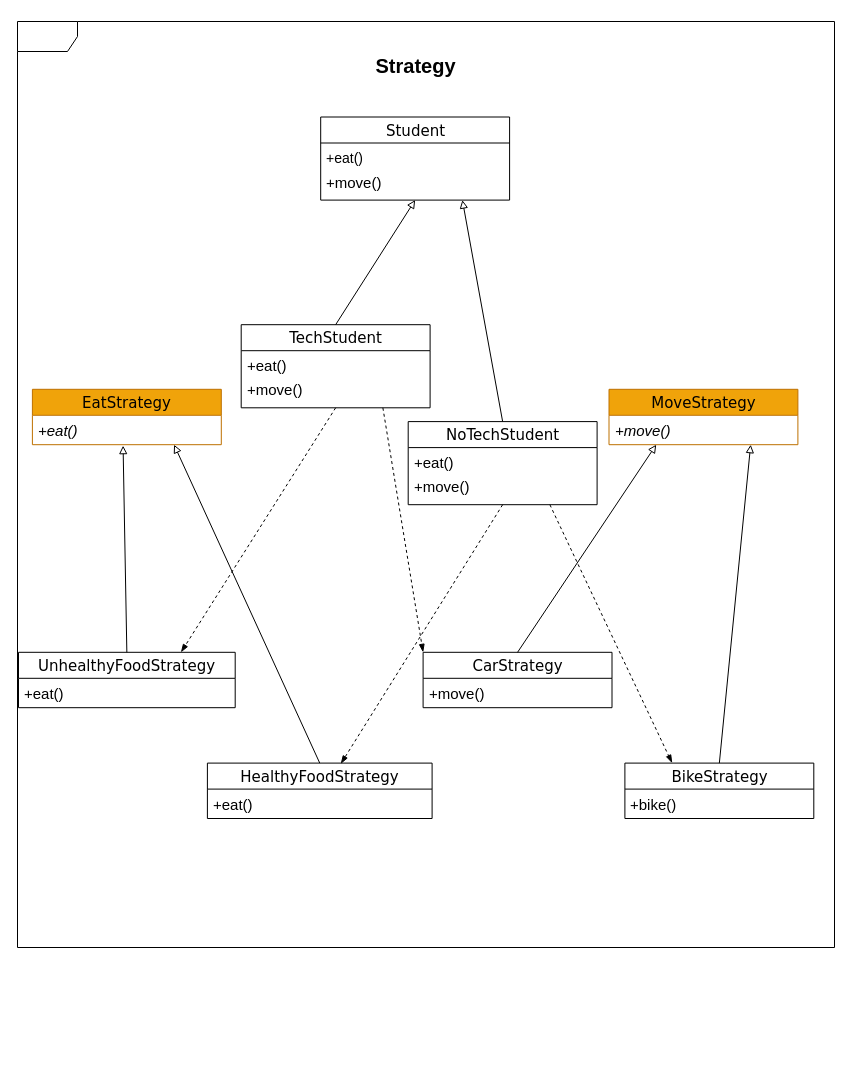
Above: Engenharia de Software 3/strategy/strategy.drawio in Simonehk/Bertoti (draw.io), before the change. Source tidied: cells renumbered, new cells numbered last; positions are measured from the earlier drawing's top-left corner, leaving out a move shared by most shapes. Both pictures are drawn from the tidied source at 100%, with x=0, y=0 at pixel (17, 17).
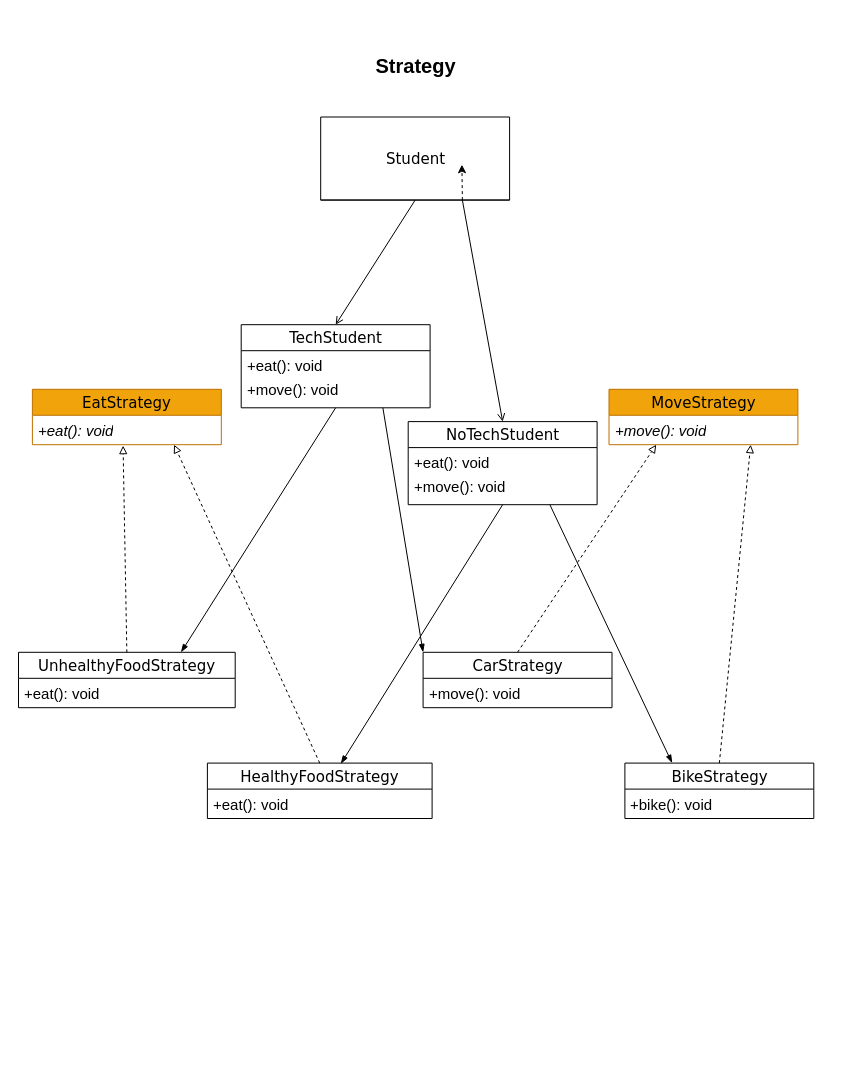
The same page after the edit.

Unchanged cells that the change refers to:
```xml
<mxCell id="6" value="&lt;font style=&quot;font-size: 15px;&quot; color=&quot;#000000&quot;&gt;EatStrategy&lt;/font&gt;" style="swimlane;html=1;fontStyle=0;horizontal=1;startSize=26;fillColor=#f0a30a;swimlaneFillColor=#ffffff;rounded=0;shadow=0;comic=0;labelBackgroundColor=none;strokeWidth=1;fontFamily=Verdana;fontSize=10;align=center;strokeColor=#BD7000;fontColor=#000000;" parent="2" vertex="1">
  <mxGeometry x="13.9" y="371.8" width="188.9" height="55.4" as="geometry" />
</mxCell>
<mxCell id="8" value="&lt;font style=&quot;font-size: 15px;&quot; color=&quot;#000000&quot;&gt;MoveStrategy&lt;/font&gt;" style="swimlane;html=1;fontStyle=0;horizontal=1;startSize=26;fillColor=#f0a30a;swimlaneFillColor=#ffffff;rounded=0;shadow=0;comic=0;labelBackgroundColor=none;strokeWidth=1;fontFamily=Verdana;fontSize=10;align=center;strokeColor=#BD7000;fontColor=#000000;" parent="2" vertex="1">
  <mxGeometry x="590.5" y="371.8" width="188.9" height="55.4" as="geometry" />
</mxCell>
<mxCell id="11" value="&lt;font color=&quot;#000000&quot;&gt;&lt;span style=&quot;font-size: 15px;&quot;&gt;TechStudent&lt;/span&gt;&lt;/font&gt;" style="swimlane;html=1;fontStyle=0;horizontal=1;startSize=26;fillColor=none;swimlaneFillColor=#ffffff;rounded=0;shadow=0;comic=0;labelBackgroundColor=none;strokeWidth=1;fontFamily=Verdana;fontSize=10;align=center;strokeColor=#000000;" parent="2" vertex="1">
  <mxGeometry x="222.7" y="307.2" width="188.9" height="83.1" as="geometry" />
</mxCell>
<mxCell id="15" value="&lt;font style=&quot;font-size: 15px;&quot; color=&quot;#000000&quot;&gt;NoTechStudent&lt;/font&gt;" style="swimlane;html=1;fontStyle=0;horizontal=1;startSize=26;fillColor=none;swimlaneFillColor=#ffffff;rounded=0;shadow=0;comic=0;labelBackgroundColor=none;strokeWidth=1;fontFamily=Verdana;fontSize=15;align=center;strokeColor=#000000;" parent="2" vertex="1">
  <mxGeometry x="389.7" y="404.1" width="188.9" height="83.1" as="geometry" />
</mxCell>
<mxCell id="19" value="&lt;font style=&quot;font-size: 15px;&quot; color=&quot;#000000&quot;&gt;UnhealthyFoodStrategy&lt;/font&gt;" style="swimlane;html=1;fontStyle=0;horizontal=1;startSize=26;fillColor=none;swimlaneFillColor=#ffffff;rounded=0;shadow=0;comic=0;labelBackgroundColor=none;strokeWidth=1;fontFamily=Verdana;fontSize=10;align=center;strokeColor=#000000;" parent="2" vertex="1">
  <mxGeometry y="634.8" width="216.7" height="55.4" as="geometry" />
</mxCell>
<mxCell id="23" value="&lt;font style=&quot;font-size: 15px;&quot; color=&quot;#000000&quot;&gt;HealthyFoodStrategy&lt;/font&gt;" style="swimlane;html=1;fontStyle=0;horizontal=1;startSize=26;fillColor=none;swimlaneFillColor=#ffffff;rounded=0;shadow=0;comic=0;labelBackgroundColor=none;strokeWidth=1;fontFamily=Verdana;fontSize=10;align=center;strokeColor=#000000;" parent="2" vertex="1">
  <mxGeometry x="188.9" y="745.6" width="224.7" height="55.4" as="geometry" />
</mxCell>
<mxCell id="27" value="&lt;font style=&quot;font-size: 15px;&quot; color=&quot;#000000&quot;&gt;CarStrategy&lt;/font&gt;" style="swimlane;html=1;fontStyle=0;horizontal=1;startSize=26;fillColor=none;swimlaneFillColor=#ffffff;rounded=0;shadow=0;comic=0;labelBackgroundColor=none;strokeWidth=1;fontFamily=Verdana;fontSize=10;align=center;strokeColor=#000000;" parent="2" vertex="1">
  <mxGeometry x="404.6" y="634.8" width="188.9" height="55.4" as="geometry" />
</mxCell>
<mxCell id="31" value="&lt;font style=&quot;font-size: 15px;&quot; color=&quot;#000000&quot;&gt;BikeStrategy&lt;/font&gt;" style="swimlane;html=1;fontStyle=0;horizontal=1;startSize=26;fillColor=none;swimlaneFillColor=#ffffff;rounded=0;shadow=0;comic=0;labelBackgroundColor=none;strokeWidth=1;fontFamily=Verdana;fontSize=10;align=center;strokeColor=#000000;" parent="2" vertex="1">
  <mxGeometry x="606.4" y="745.6" width="188.9" height="55.4" as="geometry" />
</mxCell>
```

Change to the diagram source:
```diff
@@
     <mxCell id="2" style="group;" parent="1" vertex="1">
-      <mxGeometry x="1" width="819" height="1051" as="geometry" />
+      <mxGeometry x="1" width="831" height="1051" as="geometry" />
     </mxCell>
+    <mxCell id="36" style="edgeStyle=none;html=1;exitX=0.5;exitY=1;exitDx=0;exitDy=0;entryX=0.5;entryY=0;entryDx=0;entryDy=0;strokeColor=#000000;endArrow=open;endFill=0;" parent="2" edge="1" source="3" target="11">
+      <mxGeometry relative="1" as="geometry" />
+    </mxCell>
+    <mxCell id="37" style="edgeStyle=none;html=1;exitX=0.75;exitY=1;exitDx=0;exitDy=0;entryX=0.5;entryY=0;entryDx=0;entryDy=0;strokeColor=#000000;endArrow=open;endFill=0;" parent="2" edge="1" source="3" target="15">
+      <mxGeometry relative="1" as="geometry" />
+    </mxCell>
-    <mxCell id="3" value="&lt;font style=&quot;font-size: 15px;&quot; color=&quot;#000000&quot;&gt;Student&lt;/font&gt;" style="swimlane;html=1;fontStyle=0;horizontal=1;startSize=26;fillColor=none;swimlaneFillColor=#ffffff;rounded=0;shadow=0;comic=0;labelBackgroundColor=none;strokeWidth=1;fontFamily=Verdana;fontSize=10;align=center;strokeColor=#000000;" parent="2" vertex="1">
+    <mxCell id="3" value="&lt;font style=&quot;font-size: 15px;&quot; color=&quot;#000000&quot;&gt;Student&lt;/font&gt;" style="swimlane;html=1;fontStyle=0;horizontal=1;startSize=83;fillColor=none;swimlaneFillColor=#ffffff;rounded=0;shadow=0;comic=0;labelBackgroundColor=none;strokeWidth=1;fontFamily=Verdana;fontSize=10;align=center;strokeColor=#000000;" parent="2" vertex="1">
       <mxGeometry x="302.2" y="99.5" width="188.9" height="83.1" as="geometry" />
     </mxCell>
-    <mxCell id="4" value="&lt;font color=&quot;#000000&quot; style=&quot;font-size: 14px;&quot;&gt;+eat()&lt;/font&gt;" style="text;html=1;strokeColor=none;fillColor=none;align=left;verticalAlign=top;spacingLeft=4;spacingRight=4;whiteSpace=wrap;overflow=hidden;fontSize=14;" parent="3" vertex="1">
-      <mxGeometry y="26" width="188.9" height="24" as="geometry" />
-    </mxCell>
-    <mxCell id="5" value="+move()" style="text;html=1;strokeColor=none;fillColor=none;align=left;verticalAlign=top;spacingLeft=4;spacingRight=4;whiteSpace=wrap;overflow=hidden;fontColor=#000000;fontSize=15;" parent="3" vertex="1">
-      <mxGeometry y="50" width="188.9" height="25.8" as="geometry" />
-    </mxCell>
@@
-    <mxCell id="7" value="&lt;font color=&quot;#000000&quot; style=&quot;font-size: 15px;&quot;&gt;+eat()&lt;/font&gt;" style="text;html=1;strokeColor=none;fillColor=none;align=left;verticalAlign=top;spacingLeft=4;spacingRight=4;whiteSpace=wrap;overflow=hidden;points=[[0,0.5],[1,0.5]];portConstraint=eastwest;fontStyle=2;fontSize=15;" parent="6" vertex="1">
+    <mxCell id="7" value="&lt;font color=&quot;#000000&quot; style=&quot;font-size: 15px;&quot;&gt;+eat(): void&lt;/font&gt;" style="text;html=1;strokeColor=none;fillColor=none;align=left;verticalAlign=top;spacingLeft=4;spacingRight=4;whiteSpace=wrap;overflow=hidden;points=[[0,0.5],[1,0.5]];portConstraint=eastwest;fontStyle=2;fontSize=15;" parent="6" vertex="1">
       <mxGeometry y="26" width="188.9" height="24" as="geometry" />
     </mxCell>
@@
-    <mxCell id="9" value="&lt;font style=&quot;font-size: 15px;&quot; color=&quot;#000000&quot;&gt;+move()&lt;/font&gt;" style="text;html=1;strokeColor=none;fillColor=none;align=left;verticalAlign=top;spacingLeft=4;spacingRight=4;whiteSpace=wrap;overflow=hidden;fontStyle=2;" parent="8" vertex="1">
+    <mxCell id="9" value="&lt;font style=&quot;font-size: 15px;&quot; color=&quot;#000000&quot;&gt;+move(): void&lt;/font&gt;" style="text;html=1;strokeColor=none;fillColor=none;align=left;verticalAlign=top;spacingLeft=4;spacingRight=4;whiteSpace=wrap;overflow=hidden;fontStyle=2;" parent="8" vertex="1">
       <mxGeometry y="26" width="188.9" height="24" as="geometry" />
     </mxCell>
-    <mxCell id="10" style="edgeStyle=none;html=1;exitX=0.5;exitY=0;exitDx=0;exitDy=0;entryX=0.5;entryY=1;entryDx=0;entryDy=0;fontSize=15;fontColor=#000000;strokeColor=#000000;endArrow=block;endFill=0;strokeWidth=1;" parent="2" edge="1" source="11" target="3">
-      <mxGeometry relative="1" as="geometry" />
-    </mxCell>
@@
-    <mxCell id="12" value="&lt;font color=&quot;#000000&quot; style=&quot;font-size: 15px;&quot;&gt;+eat()&lt;/font&gt;" style="text;html=1;strokeColor=none;fillColor=none;align=left;verticalAlign=top;spacingLeft=4;spacingRight=4;whiteSpace=wrap;overflow=hidden;fontSize=15;" parent="11" vertex="1">
+    <mxCell id="12" value="&lt;font color=&quot;#000000&quot; style=&quot;font-size: 15px;&quot;&gt;+eat(): void&lt;/font&gt;" style="text;html=1;strokeColor=none;fillColor=none;align=left;verticalAlign=top;spacingLeft=4;spacingRight=4;whiteSpace=wrap;overflow=hidden;fontSize=15;" parent="11" vertex="1">
       <mxGeometry y="26" width="188.9" height="24" as="geometry" />
     </mxCell>
-    <mxCell id="13" value="+move()" style="text;html=1;strokeColor=none;fillColor=none;align=left;verticalAlign=top;spacingLeft=4;spacingRight=4;whiteSpace=wrap;overflow=hidden;fontColor=#000000;fontSize=15;" parent="11" vertex="1">
+    <mxCell id="13" value="+move(): void" style="text;html=1;strokeColor=none;fillColor=none;align=left;verticalAlign=top;spacingLeft=4;spacingRight=4;whiteSpace=wrap;overflow=hidden;fontColor=#000000;fontSize=15;" parent="11" vertex="1">
       <mxGeometry y="50" width="188.9" height="25.8" as="geometry" />
     </mxCell>
-    <mxCell id="14" style="edgeStyle=none;html=1;exitX=0.5;exitY=0;exitDx=0;exitDy=0;entryX=0.75;entryY=1;entryDx=0;entryDy=0;strokeColor=#000000;strokeWidth=1;fontSize=15;fontColor=#000000;endArrow=block;endFill=0;" parent="2" edge="1" source="15" target="3">
-      <mxGeometry relative="1" as="geometry" />
-    </mxCell>
@@
-    <mxCell id="16" value="&lt;font color=&quot;#000000&quot; style=&quot;font-size: 15px;&quot;&gt;+eat()&lt;/font&gt;" style="text;html=1;strokeColor=none;fillColor=none;align=left;verticalAlign=top;spacingLeft=4;spacingRight=4;whiteSpace=wrap;overflow=hidden;fontSize=15;" parent="15" vertex="1">
+    <mxCell id="16" value="&lt;font color=&quot;#000000&quot; style=&quot;font-size: 15px;&quot;&gt;+eat(): void&lt;/font&gt;" style="text;html=1;strokeColor=none;fillColor=none;align=left;verticalAlign=top;spacingLeft=4;spacingRight=4;whiteSpace=wrap;overflow=hidden;fontSize=15;" parent="15" vertex="1">
       <mxGeometry y="26" width="188.9" height="24" as="geometry" />
     </mxCell>
-    <mxCell id="17" value="+move()" style="text;html=1;strokeColor=none;fillColor=none;align=left;verticalAlign=top;spacingLeft=4;spacingRight=4;whiteSpace=wrap;overflow=hidden;fontColor=#000000;fontSize=15;" parent="15" vertex="1">
+    <mxCell id="17" value="+move(): void" style="text;html=1;strokeColor=none;fillColor=none;align=left;verticalAlign=top;spacingLeft=4;spacingRight=4;whiteSpace=wrap;overflow=hidden;fontColor=#000000;fontSize=15;" parent="15" vertex="1">
       <mxGeometry y="50" width="188.9" height="25.8" as="geometry" />
     </mxCell>
-    <mxCell id="18" style="edgeStyle=none;html=1;exitX=0.5;exitY=0;exitDx=0;exitDy=0;entryX=0.48;entryY=1.265;entryDx=0;entryDy=0;entryPerimeter=0;strokeColor=#000000;strokeWidth=1;fontSize=15;fontColor=#000000;endArrow=block;endFill=0;" parent="2" edge="1" source="19" target="7">
+    <mxCell id="18" style="edgeStyle=none;html=1;exitX=0.5;exitY=0;exitDx=0;exitDy=0;entryX=0.48;entryY=1.265;entryDx=0;entryDy=0;entryPerimeter=0;strokeColor=#000000;strokeWidth=1;fontSize=15;fontColor=#000000;endArrow=block;endFill=0;dashed=1;" parent="2" edge="1" source="19" target="7">
       <mxGeometry relative="1" as="geometry" />
     </mxCell>
@@
-    <mxCell id="20" value="&lt;font color=&quot;#000000&quot; style=&quot;font-size: 15px;&quot;&gt;+eat()&lt;/font&gt;" style="text;html=1;strokeColor=none;fillColor=none;align=left;verticalAlign=top;spacingLeft=4;spacingRight=4;whiteSpace=wrap;overflow=hidden;fontSize=15;" parent="19" vertex="1">
+    <mxCell id="20" value="&lt;font color=&quot;#000000&quot; style=&quot;font-size: 15px;&quot;&gt;+eat(): void&lt;/font&gt;" style="text;html=1;strokeColor=none;fillColor=none;align=left;verticalAlign=top;spacingLeft=4;spacingRight=4;whiteSpace=wrap;overflow=hidden;fontSize=15;" parent="19" vertex="1">
       <mxGeometry y="26" width="216.7" height="24" as="geometry" />
     </mxCell>
-    <mxCell id="21" style="edgeStyle=none;html=1;exitX=0.5;exitY=1;exitDx=0;exitDy=0;entryX=0.75;entryY=0;entryDx=0;entryDy=0;strokeColor=#000000;strokeWidth=1;fontSize=15;fontColor=#000000;endArrow=blockThin;endFill=1;dashed=1;" parent="2" edge="1" source="11" target="19">
+    <mxCell id="21" style="edgeStyle=none;html=1;exitX=0.5;exitY=1;exitDx=0;exitDy=0;entryX=0.75;entryY=0;entryDx=0;entryDy=0;strokeColor=#000000;strokeWidth=1;fontSize=15;fontColor=#000000;endArrow=blockThin;endFill=1;" parent="2" edge="1" source="11" target="19">
       <mxGeometry relative="1" as="geometry" />
     </mxCell>
-    <mxCell id="22" style="edgeStyle=none;html=1;exitX=0.5;exitY=0;exitDx=0;exitDy=0;entryX=0.75;entryY=1;entryDx=0;entryDy=0;strokeColor=#000000;strokeWidth=1;fontSize=15;fontColor=#000000;endArrow=block;endFill=0;" parent="2" edge="1" source="23" target="6">
+    <mxCell id="22" style="edgeStyle=none;html=1;exitX=0.5;exitY=0;exitDx=0;exitDy=0;entryX=0.75;entryY=1;entryDx=0;entryDy=0;strokeColor=#000000;strokeWidth=1;fontSize=15;fontColor=#000000;endArrow=block;endFill=0;dashed=1;" parent="2" edge="1" source="23" target="6">
       <mxGeometry relative="1" as="geometry" />
     </mxCell>
@@
-    <mxCell id="24" value="&lt;font color=&quot;#000000&quot; style=&quot;font-size: 15px;&quot;&gt;+eat()&lt;/font&gt;" style="text;html=1;strokeColor=none;fillColor=none;align=left;verticalAlign=top;spacingLeft=4;spacingRight=4;whiteSpace=wrap;overflow=hidden;fontSize=15;" parent="23" vertex="1">
+    <mxCell id="24" value="&lt;font color=&quot;#000000&quot; style=&quot;font-size: 15px;&quot;&gt;+eat(): void&lt;/font&gt;" style="text;html=1;strokeColor=none;fillColor=none;align=left;verticalAlign=top;spacingLeft=4;spacingRight=4;whiteSpace=wrap;overflow=hidden;fontSize=15;" parent="23" vertex="1">
       <mxGeometry y="26" width="224.7" height="24" as="geometry" />
     </mxCell>
-    <mxCell id="25" style="edgeStyle=none;html=1;exitX=0.5;exitY=1;exitDx=0;exitDy=0;entryX=0.594;entryY=0.012;entryDx=0;entryDy=0;entryPerimeter=0;dashed=1;strokeColor=#000000;strokeWidth=1;fontSize=15;fontColor=#000000;endArrow=blockThin;endFill=1;" parent="2" edge="1" source="15" target="23">
+    <mxCell id="25" style="edgeStyle=none;html=1;exitX=0.5;exitY=1;exitDx=0;exitDy=0;entryX=0.594;entryY=0.012;entryDx=0;entryDy=0;entryPerimeter=0;strokeColor=#000000;strokeWidth=1;fontSize=15;fontColor=#000000;endArrow=blockThin;endFill=1;" parent="2" edge="1" source="15" target="23">
       <mxGeometry relative="1" as="geometry" />
     </mxCell>
-    <mxCell id="26" style="edgeStyle=none;html=1;exitX=0.5;exitY=0;exitDx=0;exitDy=0;entryX=0.25;entryY=1;entryDx=0;entryDy=0;strokeColor=#000000;strokeWidth=1;fontSize=15;fontColor=#000000;endArrow=block;endFill=0;" parent="2" edge="1" source="27" target="8">
+    <mxCell id="26" style="edgeStyle=none;html=1;exitX=0.5;exitY=0;exitDx=0;exitDy=0;entryX=0.25;entryY=1;entryDx=0;entryDy=0;strokeColor=#000000;strokeWidth=1;fontSize=15;fontColor=#000000;endArrow=block;endFill=0;dashed=1;" parent="2" edge="1" source="27" target="8">
       <mxGeometry relative="1" as="geometry" />
     </mxCell>
@@
-    <mxCell id="28" value="&lt;font color=&quot;#000000&quot; style=&quot;font-size: 15px;&quot;&gt;+move()&lt;/font&gt;" style="text;html=1;strokeColor=none;fillColor=none;align=left;verticalAlign=top;spacingLeft=4;spacingRight=4;whiteSpace=wrap;overflow=hidden;fontSize=15;" parent="27" vertex="1">
+    <mxCell id="28" value="&lt;font color=&quot;#000000&quot; style=&quot;font-size: 15px;&quot;&gt;+move(): void&lt;/font&gt;" style="text;html=1;strokeColor=none;fillColor=none;align=left;verticalAlign=top;spacingLeft=4;spacingRight=4;whiteSpace=wrap;overflow=hidden;fontSize=15;" parent="27" vertex="1">
       <mxGeometry y="26" width="188.9" height="24" as="geometry" />
     </mxCell>
-    <mxCell id="29" style="edgeStyle=none;html=1;exitX=0.75;exitY=1;exitDx=0;exitDy=0;entryX=0;entryY=0;entryDx=0;entryDy=0;dashed=1;strokeColor=#000000;strokeWidth=1;fontSize=15;fontColor=#000000;endArrow=blockThin;endFill=1;" parent="2" edge="1" source="11" target="27">
+    <mxCell id="29" style="edgeStyle=none;html=1;exitX=0.75;exitY=1;exitDx=0;exitDy=0;entryX=0;entryY=0;entryDx=0;entryDy=0;strokeColor=#000000;strokeWidth=1;fontSize=15;fontColor=#000000;endArrow=blockThin;endFill=1;" parent="2" edge="1" source="11" target="27">
       <mxGeometry relative="1" as="geometry" />
     </mxCell>
-    <mxCell id="30" style="edgeStyle=none;html=1;exitX=0.5;exitY=0;exitDx=0;exitDy=0;entryX=0.75;entryY=1;entryDx=0;entryDy=0;strokeColor=#000000;strokeWidth=1;fontSize=15;fontColor=#000000;endArrow=block;endFill=0;" parent="2" edge="1" source="31" target="8">
+    <mxCell id="30" style="edgeStyle=none;html=1;exitX=0.5;exitY=0;exitDx=0;exitDy=0;entryX=0.75;entryY=1;entryDx=0;entryDy=0;strokeColor=#000000;strokeWidth=1;fontSize=15;fontColor=#000000;endArrow=block;endFill=0;dashed=1;" parent="2" edge="1" source="31" target="8">
       <mxGeometry relative="1" as="geometry" />
     </mxCell>
@@
-    <mxCell id="32" value="&lt;font color=&quot;#000000&quot; style=&quot;font-size: 15px;&quot;&gt;+bike()&lt;/font&gt;" style="text;html=1;strokeColor=none;fillColor=none;align=left;verticalAlign=top;spacingLeft=4;spacingRight=4;whiteSpace=wrap;overflow=hidden;fontSize=15;" parent="31" vertex="1">
+    <mxCell id="32" value="&lt;font color=&quot;#000000&quot; style=&quot;font-size: 15px;&quot;&gt;+bike(): void&lt;/font&gt;" style="text;html=1;strokeColor=none;fillColor=none;align=left;verticalAlign=top;spacingLeft=4;spacingRight=4;whiteSpace=wrap;overflow=hidden;fontSize=15;" parent="31" vertex="1">
       <mxGeometry y="26" width="188.9" height="24" as="geometry" />
     </mxCell>
-    <mxCell id="33" style="edgeStyle=none;html=1;exitX=0.75;exitY=1;exitDx=0;exitDy=0;entryX=0.25;entryY=0;entryDx=0;entryDy=0;dashed=1;strokeColor=#000000;strokeWidth=1;fontSize=15;fontColor=#000000;endArrow=blockThin;endFill=1;" parent="2" edge="1" source="15" target="31">
+    <mxCell id="33" style="edgeStyle=none;html=1;exitX=0.75;exitY=1;exitDx=0;exitDy=0;entryX=0.25;entryY=0;entryDx=0;entryDy=0;strokeColor=#000000;strokeWidth=1;fontSize=15;fontColor=#000000;endArrow=blockThin;endFill=1;" parent="2" edge="1" source="15" target="31">
       <mxGeometry relative="1" as="geometry" />
     </mxCell>
@@
-    <mxCell id="35" style="shape=umlFrame;whiteSpace=wrap;html=1;rounded=0;shadow=0;comic=0;labelBackgroundColor=none;strokeWidth=1;fontFamily=Verdana;fontSize=10;align=center;" parent="1" vertex="1">
-      <mxGeometry y="4" width="817" height="926" as="geometry" />
+    <mxCell id="35" style="edgeStyle=none;html=1;exitX=0.75;exitY=1;exitDx=0;exitDy=0;dashed=1;" parent="1" edge="1" source="3">
+      <mxGeometry relative="1" as="geometry">
+        <mxPoint x="444.4" y="147.2" as="targetPoint" />
+      </mxGeometry>
     </mxCell>
```
